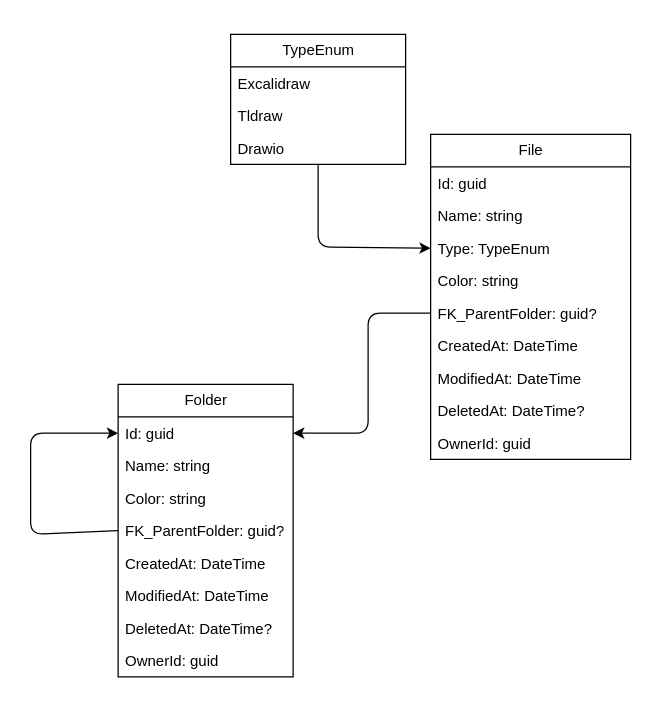
PatitoDev/ElPatoDraw keeps this draw.io diagram as docs/Architecture.drawio. Above is the earlier version. Source tidied: cells renumbered, new cells numbered last; positions are measured from the earlier drawing's top-left corner, leaving out a move shared by most shapes. Both pictures are drawn from the tidied source at 125%, with x=0, y=0 at pixel (30, 34).
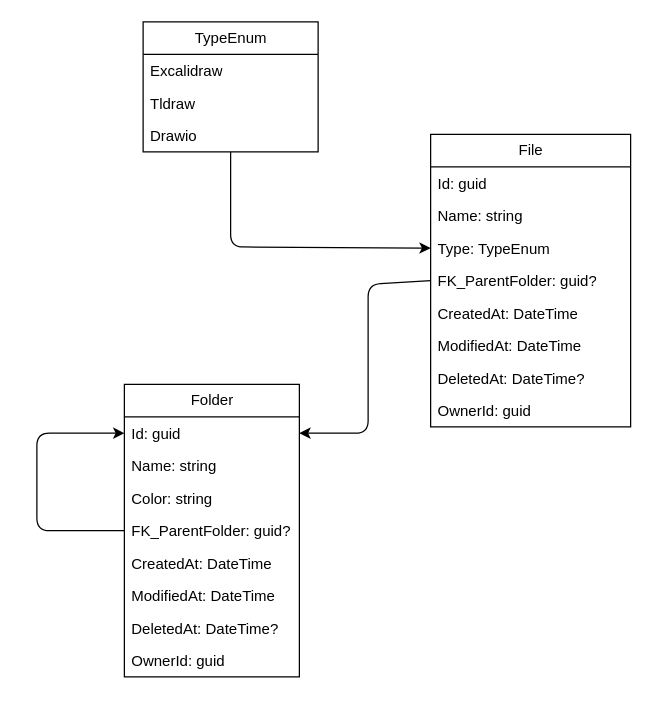
The same diagram, later.

The change refers to these unchanged cells:
```xml
<mxCell id="5" value="Type: TypeEnum" style="text;strokeColor=none;fillColor=none;align=left;verticalAlign=top;spacingLeft=4;spacingRight=4;overflow=hidden;points=[[0,0.5],[1,0.5]];portConstraint=eastwest;whiteSpace=wrap;html=1;" parent="2" vertex="1">
  <mxGeometry y="78" width="160" height="26" as="geometry" />
</mxCell>
<mxCell id="18" value="Id: guid" style="text;strokeColor=none;fillColor=none;align=left;verticalAlign=top;spacingLeft=4;spacingRight=4;overflow=hidden;points=[[0,0.5],[1,0.5]];portConstraint=eastwest;whiteSpace=wrap;html=1;" parent="17" vertex="1">
  <mxGeometry y="26" width="140" height="26" as="geometry" />
</mxCell>
<mxCell id="21" value="FK_ParentFolder: guid?" style="text;strokeColor=none;fillColor=none;align=left;verticalAlign=top;spacingLeft=4;spacingRight=4;overflow=hidden;points=[[0,0.5],[1,0.5]];portConstraint=eastwest;whiteSpace=wrap;html=1;" parent="17" vertex="1">
  <mxGeometry y="104" width="140" height="26" as="geometry" />
</mxCell>
```

What changed in the source:
```diff
@@
     <mxCell id="2" value="File" style="swimlane;fontStyle=0;horizontal=1;startSize=26;fillColor=none;html=1;" parent="1" vertex="1">
-      <mxGeometry x="320" y="80" width="160" height="260" as="geometry" />
+      <mxGeometry x="320" y="80" width="160" height="234" as="geometry" />
     </mxCell>
@@
-    <mxCell id="6" value="Color: string" style="text;strokeColor=none;fillColor=none;align=left;verticalAlign=top;spacingLeft=4;spacingRight=4;overflow=hidden;whiteSpace=wrap;html=1;" parent="2" vertex="1">
-      <mxGeometry y="104" width="160" height="26" as="geometry" />
-    </mxCell>
     <mxCell id="7" value="FK_ParentFolder: guid?" style="text;strokeColor=none;fillColor=none;align=left;verticalAlign=top;spacingLeft=4;spacingRight=4;overflow=hidden;points=[[0,0.5],[1,0.5]];portConstraint=eastwest;whiteSpace=wrap;html=1;" parent="2" vertex="1">
-      <mxGeometry y="130" width="160" height="26" as="geometry" />
+      <mxGeometry y="104" width="160" height="26" as="geometry" />
     </mxCell>
     <mxCell id="8" value="CreatedAt: DateTime" style="text;strokeColor=none;fillColor=none;align=left;verticalAlign=top;spacingLeft=4;spacingRight=4;overflow=hidden;whiteSpace=wrap;html=1;" parent="2" vertex="1">
-      <mxGeometry y="156" width="160" height="26" as="geometry" />
+      <mxGeometry y="130" width="160" height="26" as="geometry" />
     </mxCell>
     <mxCell id="9" value="ModifiedAt: DateTime" style="text;strokeColor=none;fillColor=none;align=left;verticalAlign=top;spacingLeft=4;spacingRight=4;overflow=hidden;whiteSpace=wrap;html=1;" parent="2" vertex="1">
-      <mxGeometry y="182" width="160" height="26" as="geometry" />
+      <mxGeometry y="156" width="160" height="26" as="geometry" />
     </mxCell>
     <mxCell id="10" value="DeletedAt: DateTime?" style="text;strokeColor=none;fillColor=none;align=left;verticalAlign=top;spacingLeft=4;spacingRight=4;overflow=hidden;whiteSpace=wrap;html=1;" parent="2" vertex="1">
-      <mxGeometry y="208" width="160" height="26" as="geometry" />
+      <mxGeometry y="182" width="160" height="26" as="geometry" />
     </mxCell>
     <mxCell id="11" value="OwnerId: guid" style="text;strokeColor=none;fillColor=none;align=left;verticalAlign=top;spacingLeft=4;spacingRight=4;overflow=hidden;whiteSpace=wrap;html=1;" parent="2" vertex="1">
-      <mxGeometry y="234" width="160" height="26" as="geometry" />
+      <mxGeometry y="208" width="160" height="26" as="geometry" />
     </mxCell>
     <mxCell id="12" style="edgeStyle=none;html=1;entryX=0;entryY=0.5;entryDx=0;entryDy=0;" parent="1" edge="1" source="13" target="5">
       <mxGeometry relative="1" as="geometry">
         <Array as="points">
-          <mxPoint x="230" y="170" />
+          <mxPoint x="160" y="170" />
         </Array>
       </mxGeometry>
     </mxCell>
     <mxCell id="13" value="TypeEnum" style="swimlane;fontStyle=0;horizontal=1;startSize=26;fillColor=none;html=1;" parent="1" vertex="1">
-      <mxGeometry x="160" width="140" height="104" as="geometry" />
+      <mxGeometry x="90" y="-10" width="140" height="104" as="geometry" />
     </mxCell>
@@
     <mxCell id="17" value="Folder" style="swimlane;fontStyle=0;horizontal=1;startSize=26;fillColor=none;html=1;" parent="1" vertex="1">
-      <mxGeometry x="70" y="280" width="140" height="234" as="geometry" />
+      <mxGeometry x="75" y="280" width="140" height="234" as="geometry" />
     </mxCell>
@@
     <mxCell id="22" style="edgeStyle=none;html=1;exitX=0;exitY=0.5;exitDx=0;exitDy=0;entryX=0;entryY=0.5;entryDx=0;entryDy=0;" parent="17" edge="1" source="21" target="18">
       <mxGeometry relative="1" as="geometry">
         <Array as="points">
-          <mxPoint x="-70" y="120" />
+          <mxPoint x="-70" y="117" />
           <mxPoint x="-70" y="39" />
         </Array>
       </mxGeometry>
     </mxCell>
@@
     <mxCell id="27" style="edgeStyle=none;html=1;entryX=1;entryY=0.5;entryDx=0;entryDy=0;exitX=0;exitY=0.5;exitDx=0;exitDy=0;" parent="1" edge="1" source="7" target="18">
       <mxGeometry relative="1" as="geometry">
         <Array as="points">
-          <mxPoint x="270" y="223" />
+          <mxPoint x="270" y="200" />
           <mxPoint x="270" y="319" />
         </Array>
       </mxGeometry>
     </mxCell>
```
